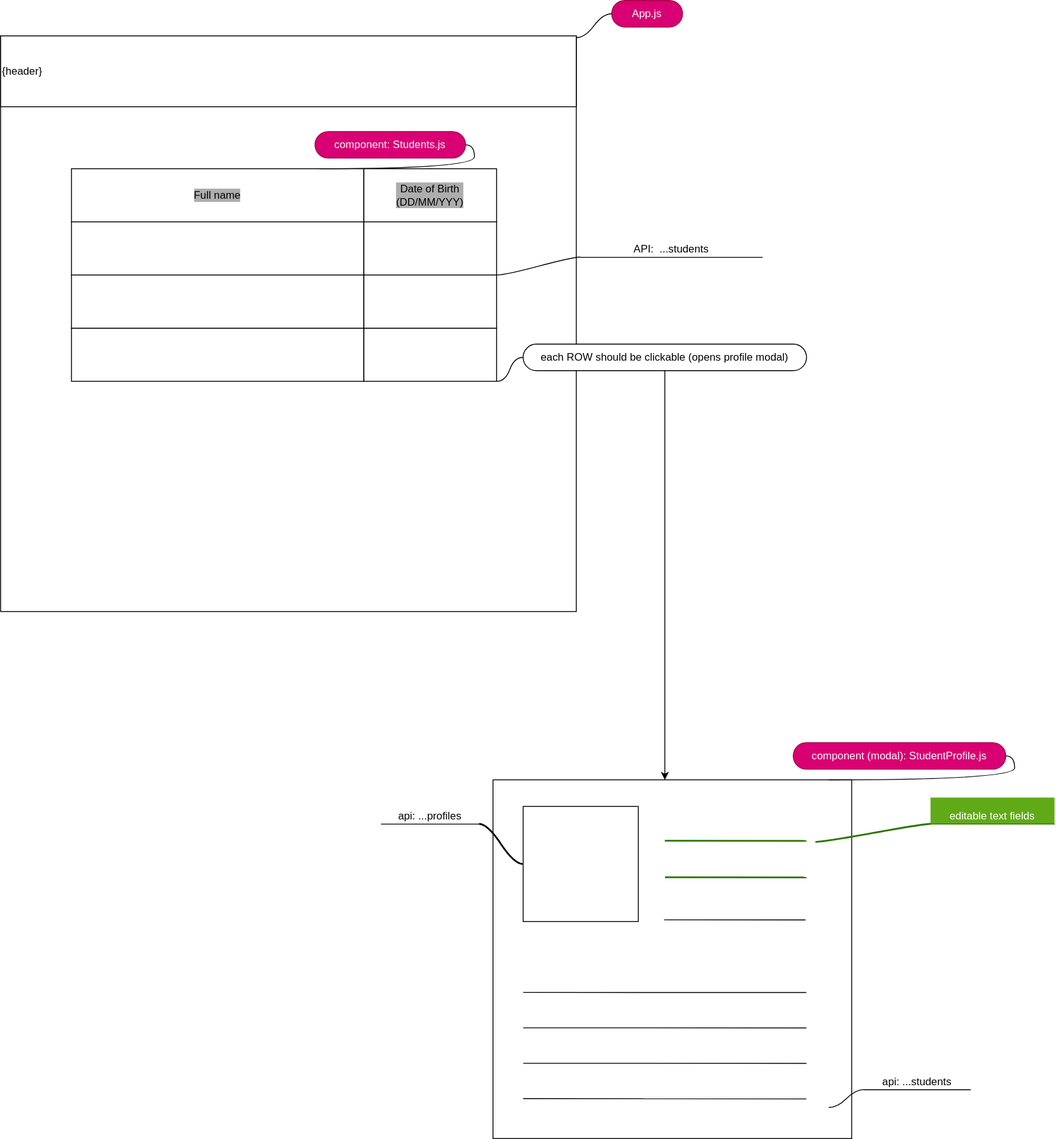
Above: public/wireframe.drawio.svg in d1anas0/student-register (draw.io), before the change. Source tidied: cells renumbered, new cells last; positions are measured from the earlier drawing's top-left corner, leaving out a move shared by most shapes.
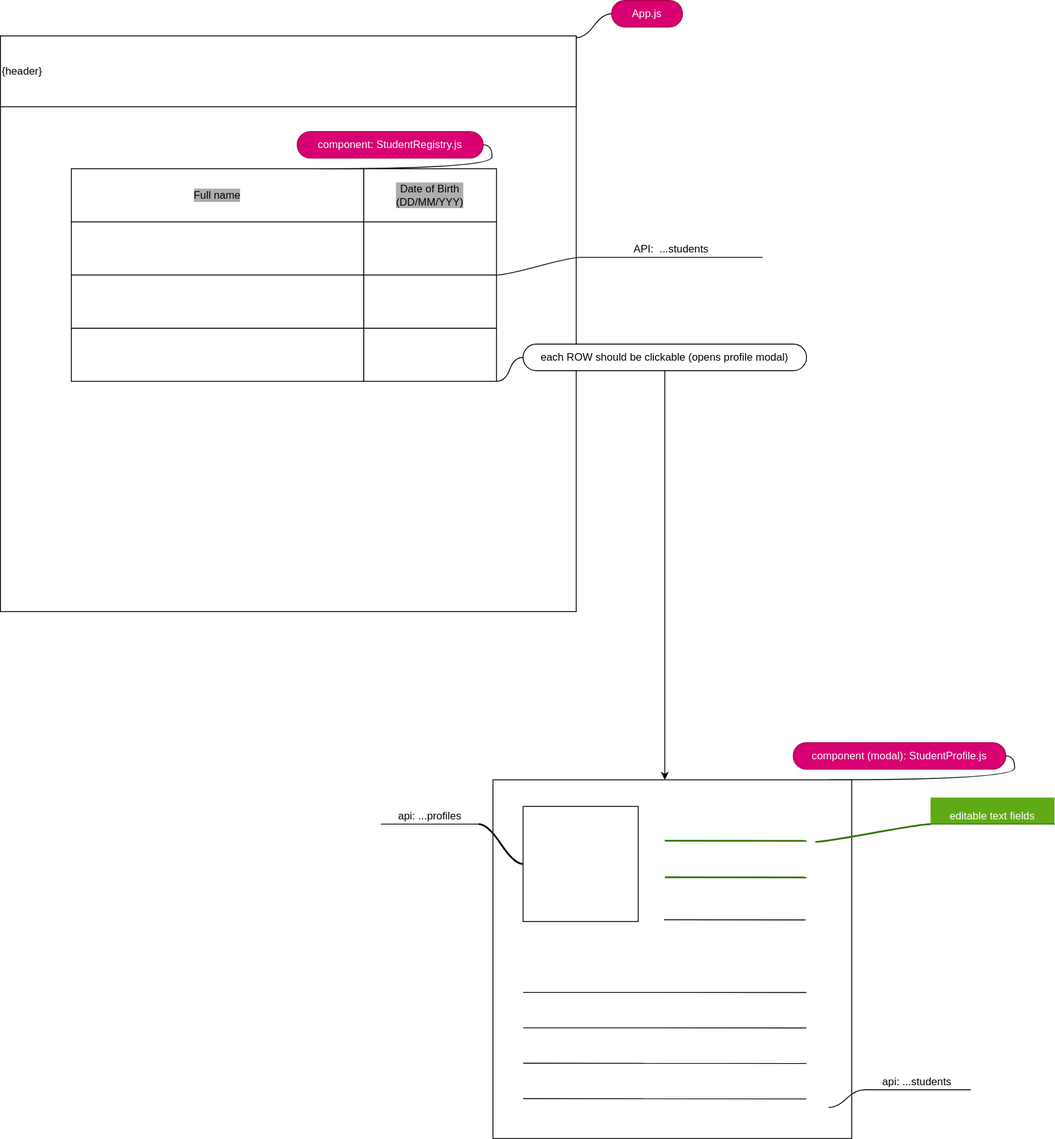
After the commit.

What changed in the source:
```diff
@@ -48,8 +48,8 @@
         <mxPoint x="650" y="42" as="sourcePoint" />
       </mxGeometry>
     </mxCell>
-    <mxCell id="16" value="component: Students.js" style="whiteSpace=wrap;html=1;rounded=1;arcSize=50;align=center;verticalAlign=middle;strokeWidth=1;spacing=4;newEdgeStyle={&quot;edgeStyle&quot;:&quot;entityRelationEdgeStyle&quot;,&quot;startArrow&quot;:&quot;none&quot;,&quot;endArrow&quot;:&quot;none&quot;,&quot;segment&quot;:10,&quot;curved&quot;:1,&quot;sourcePerimeterSpacing&quot;:0,&quot;targetPerimeterSpacing&quot;:0};fillColor=#d80073;fontColor=#ffffff;strokeColor=#A50040;" parent="1" vertex="1">
-      <mxGeometry x="355" y="148" width="170" height="30" as="geometry" />
+    <mxCell id="16" value="component: StudentRegistry.js" style="whiteSpace=wrap;html=1;rounded=1;arcSize=50;align=center;verticalAlign=middle;strokeWidth=1;spacing=4;newEdgeStyle={&quot;edgeStyle&quot;:&quot;entityRelationEdgeStyle&quot;,&quot;startArrow&quot;:&quot;none&quot;,&quot;endArrow&quot;:&quot;none&quot;,&quot;segment&quot;:10,&quot;curved&quot;:1,&quot;sourcePerimeterSpacing&quot;:0,&quot;targetPerimeterSpacing&quot;:0};fillColor=#d80073;fontColor=#ffffff;strokeColor=#A50040;" parent="1" vertex="1">
+      <mxGeometry x="335" y="148" width="210" height="30" as="geometry" />
     </mxCell>
     <mxCell id="17" style="edgeStyle=entityRelationEdgeStyle;startArrow=none;endArrow=none;segment=10;curved=1;sourcePerimeterSpacing=0;targetPerimeterSpacing=0;" parent="1" edge="1" target="16">
       <mxGeometry relative="1" as="geometry">
```
